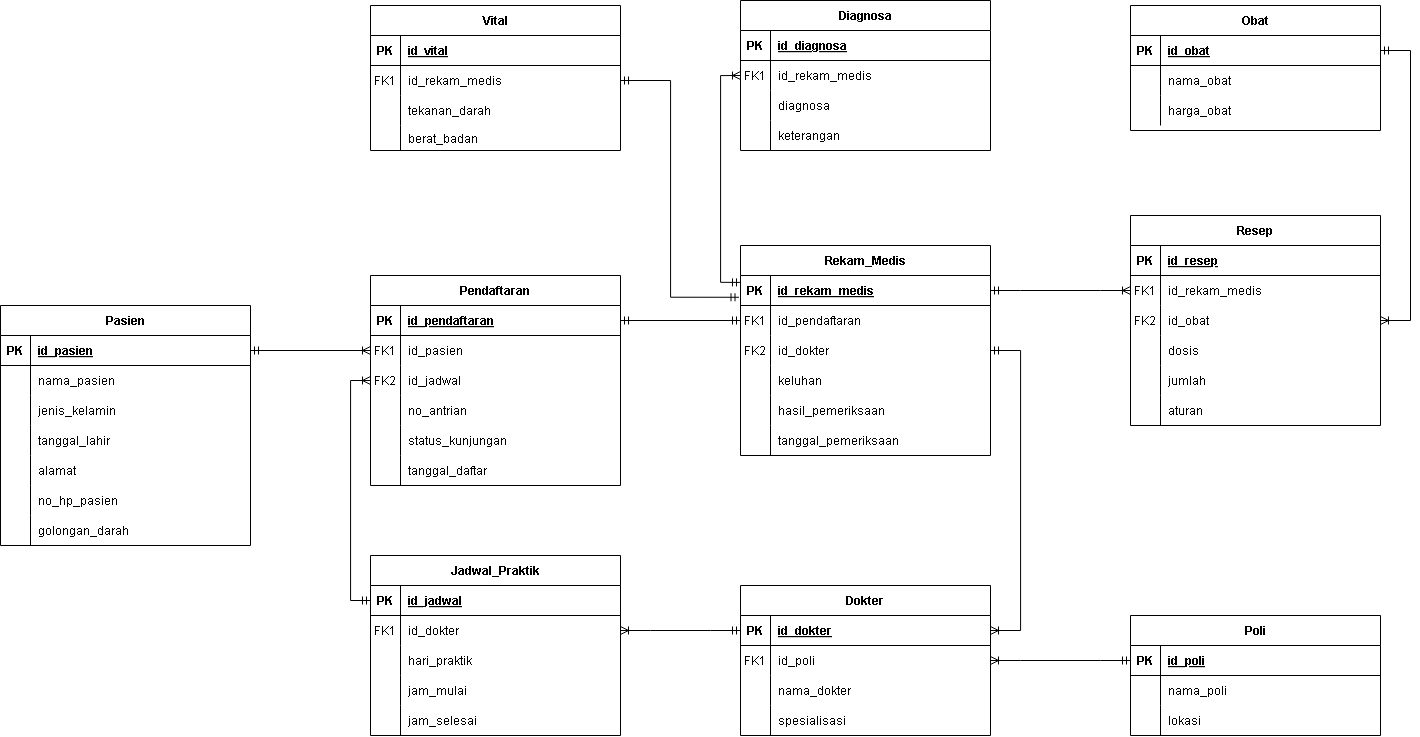
Earlier version of the draw.io export ERD.drawio.png (censsignment/db-rumahsakit). Source tidied: cells renumbered, new cells last; positions are measured from the earlier drawing's top-left corner, leaving out a move shared by most shapes.
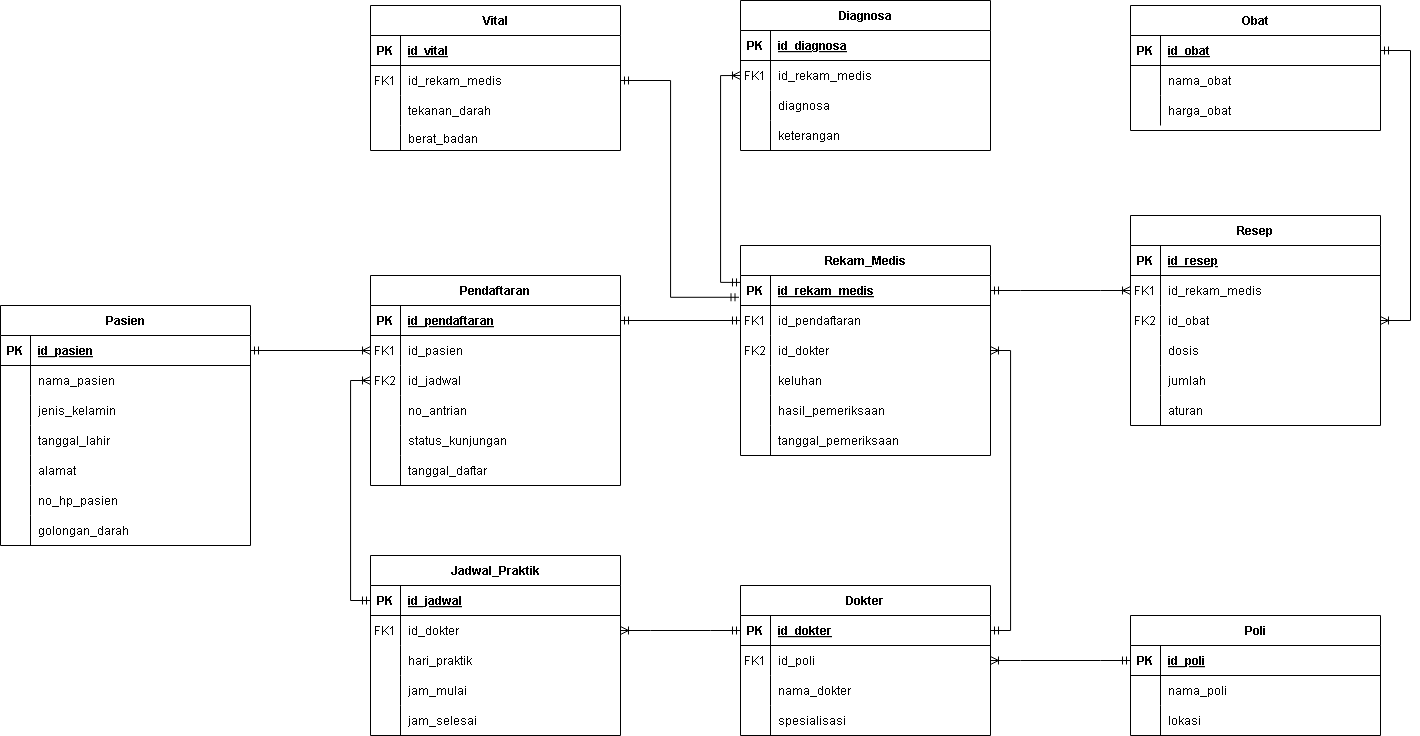
Later version of the same file.

Commit message:
Memperbarui ERD

What changed in the source:
```diff
@@ -470,11 +470,11 @@
     <mxCell id="157" style="edgeStyle=orthogonalEdgeStyle;fontSize=12;html=1;endArrow=ERmandOne;startArrow=ERmandOne;rounded=0;exitX=1;exitY=0.5;exitDx=0;exitDy=0;entryX=0;entryY=0.5;entryDx=0;entryDy=0;" parent="1" edge="1" source="3" target="60">
       <mxGeometry relative="1" as="geometry" />
     </mxCell>
-    <mxCell id="158" style="edgeStyle=orthogonalEdgeStyle;fontSize=12;html=1;endArrow=ERoneToMany;startArrow=ERmandOne;rounded=0;exitX=1;exitY=0.5;exitDx=0;exitDy=0;entryX=1;entryY=0.5;entryDx=0;entryDy=0;" parent="1" edge="1" source="63" target="22">
+    <mxCell id="158" style="edgeStyle=orthogonalEdgeStyle;fontSize=12;html=1;endArrow=ERoneToMany;startArrow=ERmandOne;rounded=0;exitX=1;exitY=0.5;exitDx=0;exitDy=0;entryX=1;entryY=0.5;entryDx=0;entryDy=0;" parent="1" edge="1" source="22" target="63">
       <mxGeometry relative="1" as="geometry">
         <Array as="points">
-          <mxPoint x="1020" y="350" />
-          <mxPoint x="1020" y="630" />
+          <mxPoint x="1010" y="630" />
+          <mxPoint x="1010" y="350" />
         </Array>
       </mxGeometry>
     </mxCell>
```
